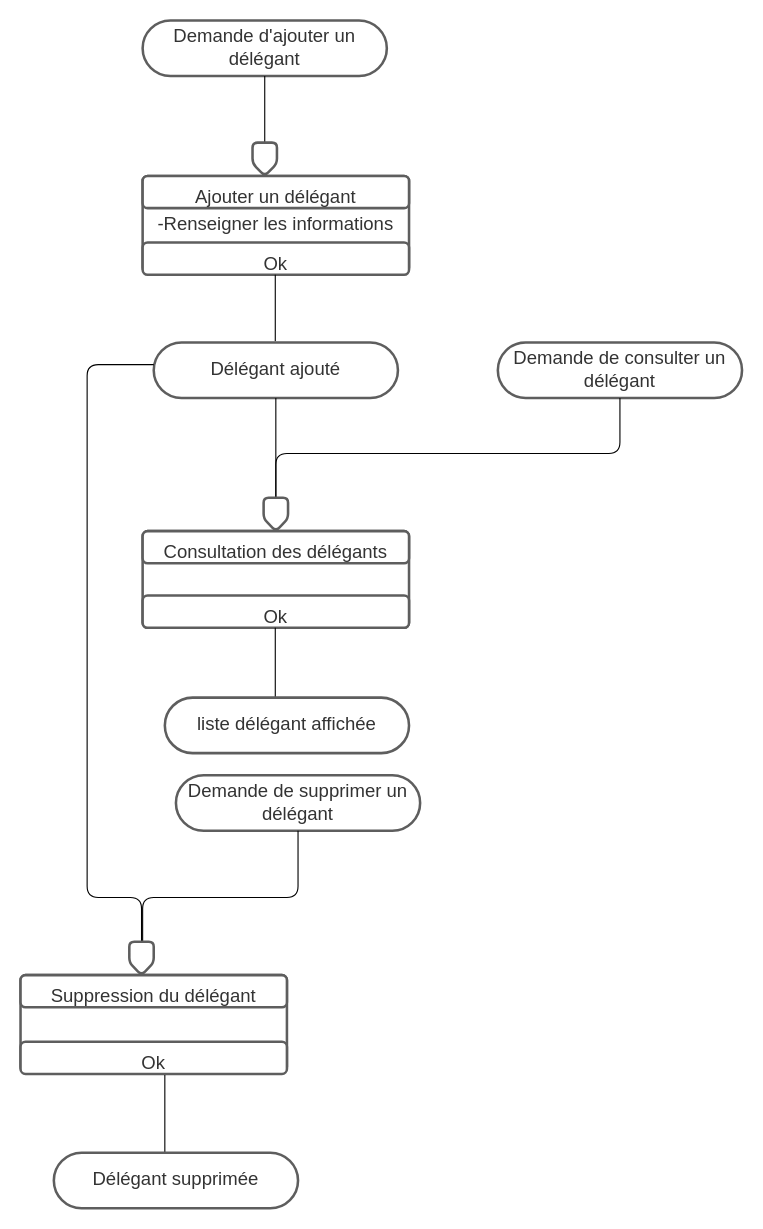
abdorah/stage2021 keeps this draw.io diagram as page "MCT-Delegant" (3 of 7) of diagramms/Diagram.drawio. Above is the earlier version. Source tidied: cells renumbered, new cells numbered last; positions are measured from the earlier drawing's top-left corner, leaving out a move shared by most shapes. Both pictures are drawn from the tidied source at 111%, with x=0, y=0 at pixel (20, 20).
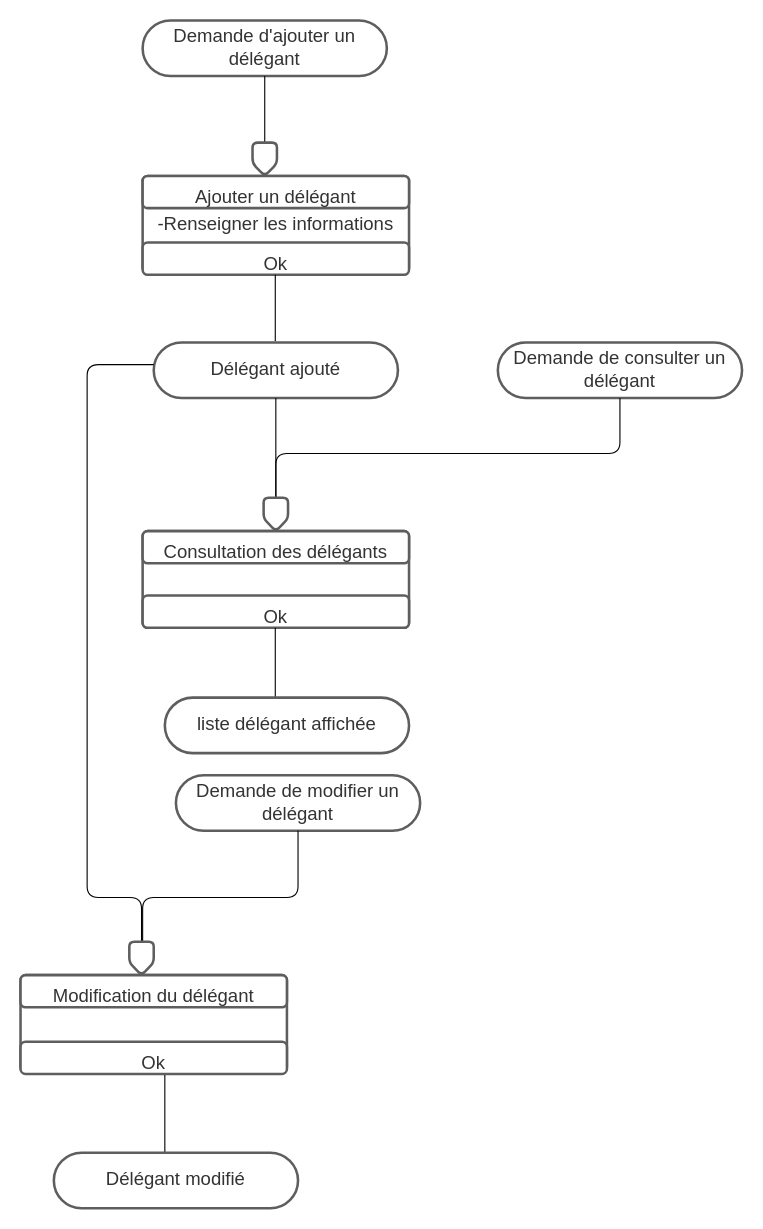
The same page after the edit.

The change refers to these unchanged cells:
```xml
<mxCell id="2" style="group;" parent="1" vertex="1">
  <mxGeometry width="650" height="1070" as="geometry" />
</mxCell>
<mxCell id="30" style="group;" parent="2" vertex="1">
  <mxGeometry y="860" width="240" height="87" as="geometry" />
</mxCell>
```

Diff of the diagram source:
```diff
@@
-    <mxCell id="25" value="Demande de supprimer un délégant" style="html=1;overflow=block;blockSpacing=1;whiteSpace=wrap;rounded=1;arcSize=50;whiteSpace=wrap;fontSize=16.7;fontColor=#333333;align=center;spacing=3.8;strokeColor=#5e5e5e;strokeOpacity=100;strokeWidth=2.3;" parent="2" vertex="1">
+    <mxCell id="25" value="Demande de modifier un délégant" style="html=1;overflow=block;blockSpacing=1;whiteSpace=wrap;rounded=1;arcSize=50;whiteSpace=wrap;fontSize=16.7;fontColor=#333333;align=center;spacing=3.8;strokeColor=#5e5e5e;strokeOpacity=100;strokeWidth=2.3;" parent="2" vertex="1">
       <mxGeometry x="140" y="680" width="220" height="50" as="geometry" />
     </mxCell>
@@
-    <mxCell id="32" value="Suppression du délégant" style="html=1;overflow=block;blockSpacing=1;whiteSpace=wrap;whiteSpace=wrap;fontSize=16.7;fontColor=#333333;align=center;spacing=9;strokeColor=#5e5e5e;strokeOpacity=100;rounded=1;absoluteArcSize=1;arcSize=9;strokeWidth=2.3;" parent="30" vertex="1">
+    <mxCell id="32" value="Modification du délégant" style="html=1;overflow=block;blockSpacing=1;whiteSpace=wrap;whiteSpace=wrap;fontSize=16.7;fontColor=#333333;align=center;spacing=9;strokeColor=#5e5e5e;strokeOpacity=100;rounded=1;absoluteArcSize=1;arcSize=9;strokeWidth=2.3;" parent="30" vertex="1">
       <mxGeometry width="240" height="29" as="geometry" />
     </mxCell>
@@
-    <mxCell id="37" value="Délégant supprimée" style="html=1;overflow=block;blockSpacing=1;whiteSpace=wrap;rounded=1;arcSize=50;whiteSpace=wrap;fontSize=16.7;fontColor=#333333;align=center;spacing=3.8;strokeColor=#5e5e5e;strokeOpacity=100;strokeWidth=2.3;" parent="2" vertex="1">
+    <mxCell id="37" value="Délégant modifié" style="html=1;overflow=block;blockSpacing=1;whiteSpace=wrap;rounded=1;arcSize=50;whiteSpace=wrap;fontSize=16.7;fontColor=#333333;align=center;spacing=3.8;strokeColor=#5e5e5e;strokeOpacity=100;strokeWidth=2.3;" parent="2" vertex="1">
       <mxGeometry x="30" y="1020" width="220" height="50" as="geometry" />
     </mxCell>
```
